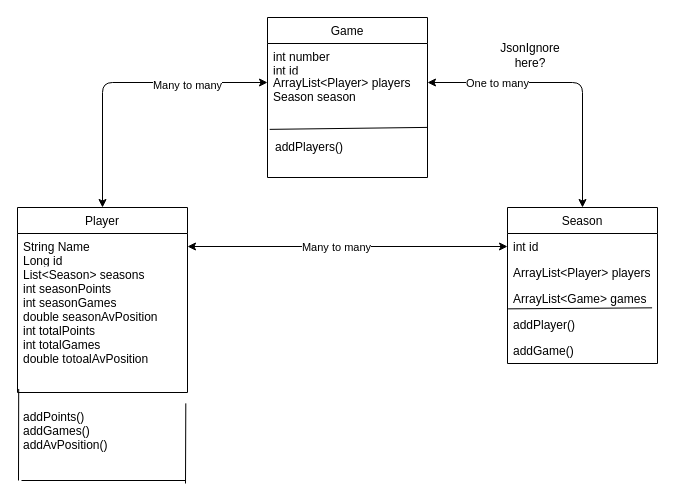
Above: plan.drawio in portypy/dominion-leaderboard (draw.io), before the change. Source tidied: cells renumbered, new cells numbered last; positions are measured from the earlier drawing's top-left corner, leaving out a move shared by most shapes. Both pictures are drawn from the tidied source at 100%, with x=0, y=0 at pixel (17, 17).
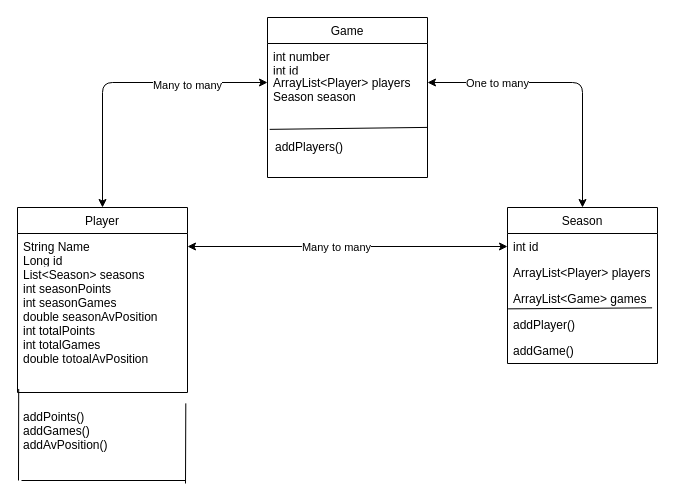
Above is the later version.

What changed in the source:
```diff
@@
-    <mxCell id="25" value="JsonIgnore here?" style="text;html=1;strokeColor=none;fillColor=none;align=center;verticalAlign=middle;whiteSpace=wrap;rounded=0;" parent="1" vertex="1">
-      <mxGeometry x="493" y="28" width="40" height="20" as="geometry" />
-    </mxCell>
```
